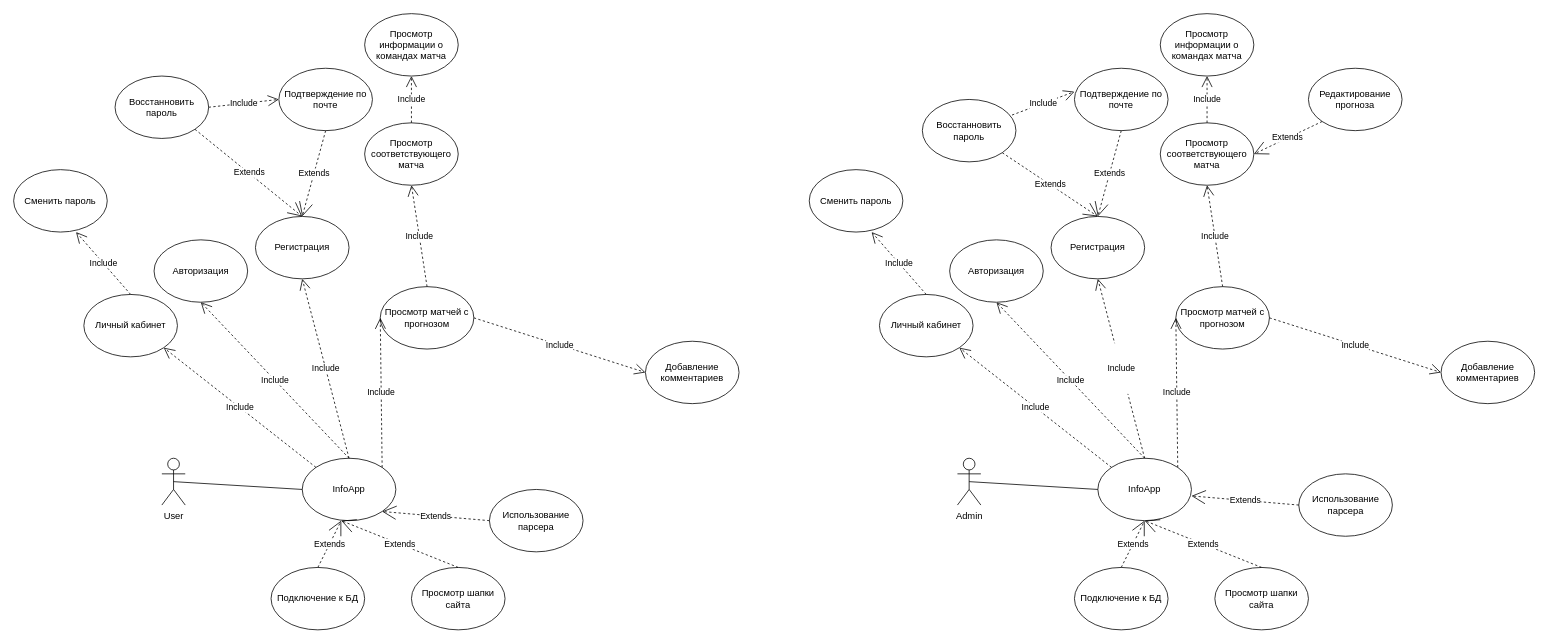
Earlier version of the draw.io diagram ДВИ ПП.drawio (DarkReduX/Diagrams-for-projects). Source tidied: cells renumbered, new cells numbered last; positions are measured from the earlier drawing's top-left corner, leaving out a move shared by most shapes. Both pictures are drawn from the tidied source at 78%, with x=0, y=0 at pixel (13, 13).
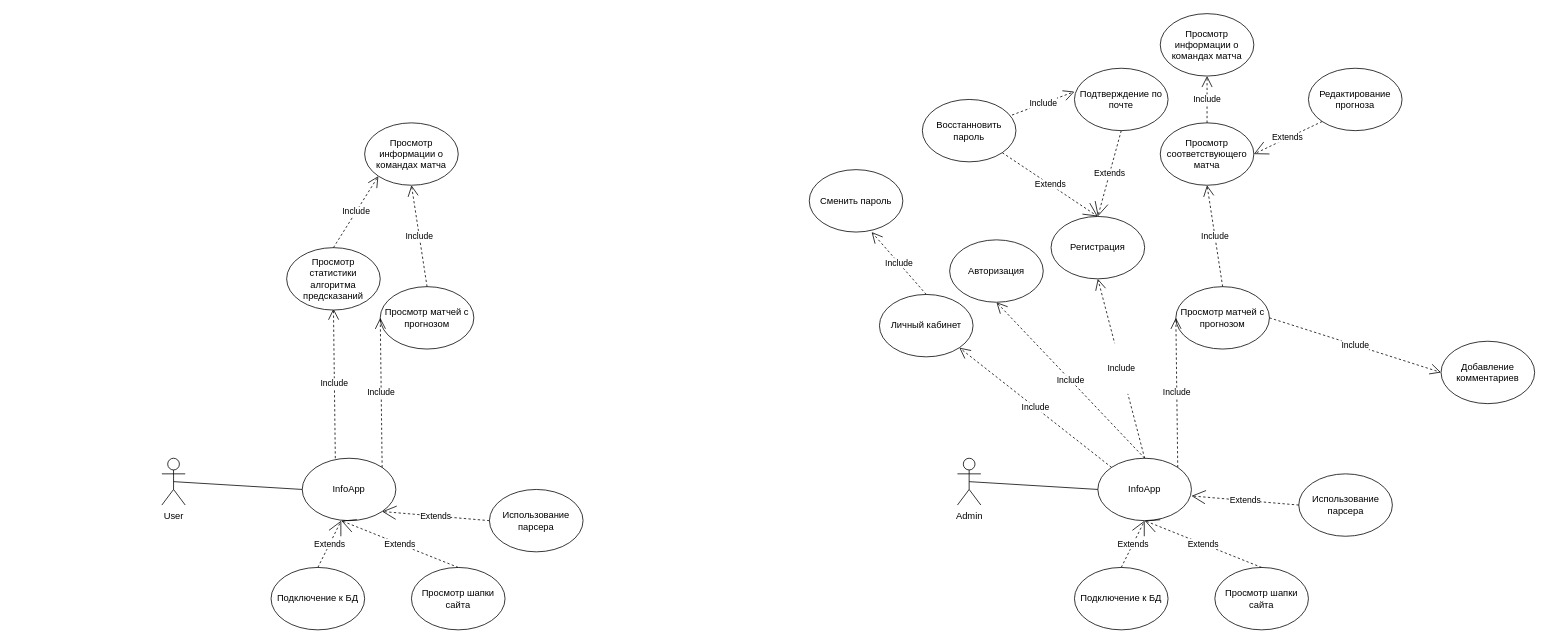
After the change.

The change refers to these unchanged cells:
```xml
<mxCell id="3" value="InfoApp" style="ellipse;whiteSpace=wrap;html=1;" parent="1" vertex="1">
  <mxGeometry x="370" y="570" width="120" height="80" as="geometry" />
</mxCell>
<mxCell id="12" value="Просмотр матчей с прогнозом" style="ellipse;whiteSpace=wrap;html=1;" parent="1" vertex="1">
  <mxGeometry x="470" y="350" width="120" height="80" as="geometry" />
</mxCell>
```

The edit, as a diff of the source:
```diff
@@
-    <mxCell id="5" value="Include" style="endArrow=open;endSize=12;dashed=1;html=1;exitX=0.5;exitY=0;exitDx=0;exitDy=0;entryX=0.5;entryY=1;entryDx=0;entryDy=0;" parent="1" edge="1" source="3" target="6">
-      <mxGeometry relative="1" as="geometry" />
-    </mxCell>
-    <mxCell id="6" value="Авторизация&lt;br&gt;" style="ellipse;whiteSpace=wrap;html=1;" parent="1" vertex="1">
-      <mxGeometry x="180" y="290" width="120" height="80" as="geometry" />
-    </mxCell>
-    <mxCell id="7" value="Регистрация" style="ellipse;whiteSpace=wrap;html=1;" parent="1" vertex="1">
-      <mxGeometry x="310" y="260" width="120" height="80" as="geometry" />
-    </mxCell>
-    <mxCell id="8" value="Include" style="endArrow=open;endSize=12;dashed=1;html=1;exitX=0.5;exitY=0;exitDx=0;exitDy=0;entryX=0.5;entryY=1;entryDx=0;entryDy=0;" parent="1" edge="1" source="3" target="7">
-      <mxGeometry relative="1" as="geometry" />
-    </mxCell>
-    <mxCell id="9" value="Просмотр соответствующего матча" style="ellipse;whiteSpace=wrap;html=1;" parent="1" vertex="1">
-      <mxGeometry x="450" y="140" width="120" height="80" as="geometry" />
-    </mxCell>
-    <mxCell id="10" value="Подтверждение по почте" style="ellipse;whiteSpace=wrap;html=1;" parent="1" vertex="1">
-      <mxGeometry x="340" y="70" width="120" height="80" as="geometry" />
-    </mxCell>
-    <mxCell id="11" value="Extends" style="endArrow=open;endSize=16;endFill=0;html=1;entryX=0.5;entryY=0;entryDx=0;entryDy=0;exitX=0.5;exitY=1;exitDx=0;exitDy=0;dashed=1;" parent="1" edge="1" source="10" target="7">
-      <mxGeometry relative="1" as="geometry" />
-    </mxCell>
@@
-    <mxCell id="14" value="Include" style="endArrow=open;endSize=12;dashed=1;html=1;exitX=0.5;exitY=0;exitDx=0;exitDy=0;entryX=0.5;entryY=1;entryDx=0;entryDy=0;" parent="1" edge="1" source="12" target="9">
-      <mxGeometry relative="1" as="geometry" />
+    <mxCell id="14" value="Include" style="endArrow=open;endSize=12;dashed=1;html=1;exitX=0.5;exitY=0;exitDx=0;exitDy=0;entryX=0.5;entryY=1;entryDx=0;entryDy=0;" parent="1" edge="1" source="12">
+      <mxGeometry relative="1" as="geometry">
+        <mxPoint x="510" y="220" as="targetPoint" />
+      </mxGeometry>
     </mxCell>
-    <mxCell id="15" value="Include" style="endArrow=open;endSize=12;dashed=1;html=1;exitX=1;exitY=0.5;exitDx=0;exitDy=0;" parent="1" edge="1" source="12">
-      <mxGeometry relative="1" as="geometry">
-        <mxPoint x="810" y="460" as="targetPoint" />
-      </mxGeometry>
-    </mxCell>
-    <mxCell id="16" value="Добавление комментариев" style="ellipse;whiteSpace=wrap;html=1;" parent="1" vertex="1">
-      <mxGeometry x="810" y="420" width="120" height="80" as="geometry" />
-    </mxCell>
     <mxCell id="17" value="Просмотр информации о командах матча" style="ellipse;whiteSpace=wrap;html=1;" parent="1" vertex="1">
-      <mxGeometry x="450" width="120" height="80" as="geometry" />
+      <mxGeometry x="450" y="140" width="120" height="80" as="geometry" />
     </mxCell>
-    <mxCell id="18" value="Include" style="endArrow=open;endSize=12;dashed=1;html=1;exitX=0.5;exitY=0;exitDx=0;exitDy=0;entryX=0.5;entryY=1;entryDx=0;entryDy=0;" parent="1" edge="1" source="9" target="17">
-      <mxGeometry relative="1" as="geometry" />
-    </mxCell>
-    <mxCell id="19" value="Личный кабинет" style="ellipse;whiteSpace=wrap;html=1;" parent="1" vertex="1">
-      <mxGeometry x="90" y="360" width="120" height="80" as="geometry" />
-    </mxCell>
-    <mxCell id="20" value="Include" style="endArrow=open;endSize=12;dashed=1;html=1;exitX=0;exitY=0;exitDx=0;exitDy=0;entryX=1;entryY=1;entryDx=0;entryDy=0;" parent="1" edge="1" source="3" target="19">
-      <mxGeometry relative="1" as="geometry" />
-    </mxCell>
-    <mxCell id="21" value="Include" style="endArrow=open;endSize=12;dashed=1;html=1;exitX=0.5;exitY=0;exitDx=0;exitDy=0;" parent="1" edge="1" source="19">
-      <mxGeometry relative="1" as="geometry">
-        <mxPoint x="80" y="280" as="targetPoint" />
-      </mxGeometry>
-    </mxCell>
-    <mxCell id="22" value="Сменить пароль" style="ellipse;whiteSpace=wrap;html=1;" parent="1" vertex="1">
-      <mxGeometry y="200" width="120" height="80" as="geometry" />
-    </mxCell>
-    <mxCell id="23" value="Extends" style="endArrow=open;endSize=16;endFill=0;html=1;entryX=0.5;entryY=0;entryDx=0;entryDy=0;dashed=1;exitX=1;exitY=1;exitDx=0;exitDy=0;" parent="1" edge="1" source="24" target="7">
-      <mxGeometry relative="1" as="geometry" />
-    </mxCell>
-    <mxCell id="24" value="Восстанновить пароль" style="ellipse;whiteSpace=wrap;html=1;" parent="1" vertex="1">
-      <mxGeometry x="130" y="80" width="120" height="80" as="geometry" />
-    </mxCell>
@@
-    <mxCell id="59" value="&#10;&#10;&lt;span style=&quot;color: rgb(0, 0, 0); font-family: helvetica; font-size: 11px; font-style: normal; font-weight: 400; letter-spacing: normal; text-align: center; text-indent: 0px; text-transform: none; word-spacing: 0px; background-color: rgb(255, 255, 255); display: inline; float: none;&quot;&gt;Include&lt;/span&gt;&#10;&#10;" style="endArrow=open;endSize=12;dashed=1;html=1;exitX=1;exitY=0.5;exitDx=0;exitDy=0;entryX=0;entryY=0.5;entryDx=0;entryDy=0;" parent="1" edge="1" source="24" target="10">
-      <mxGeometry relative="1" as="geometry" />
-    </mxCell>
@@
+    <mxCell id="64" value="Include" style="endArrow=open;endSize=12;dashed=1;html=1;exitX=1;exitY=0;exitDx=0;exitDy=0;entryX=0;entryY=0.5;entryDx=0;entryDy=0;" parent="1" edge="1">
+      <mxGeometry relative="1" as="geometry">
+        <mxPoint x="412.4" y="570" as="sourcePoint" />
+        <mxPoint x="410" y="378.3" as="targetPoint" />
+      </mxGeometry>
+    </mxCell>
+    <mxCell id="65" value="Просмотр статистики алгоритма предсказаний" style="ellipse;whiteSpace=wrap;html=1;" parent="1" vertex="1">
+      <mxGeometry x="350" y="300" width="120" height="80" as="geometry" />
+    </mxCell>
+    <mxCell id="66" value="Include" style="endArrow=open;endSize=12;dashed=1;html=1;exitX=0.5;exitY=0;exitDx=0;exitDy=0;entryX=0;entryY=1;entryDx=0;entryDy=0;" parent="1" edge="1" target="17">
+      <mxGeometry relative="1" as="geometry">
+        <mxPoint x="410" y="300" as="sourcePoint" />
+      </mxGeometry>
+    </mxCell>
```
